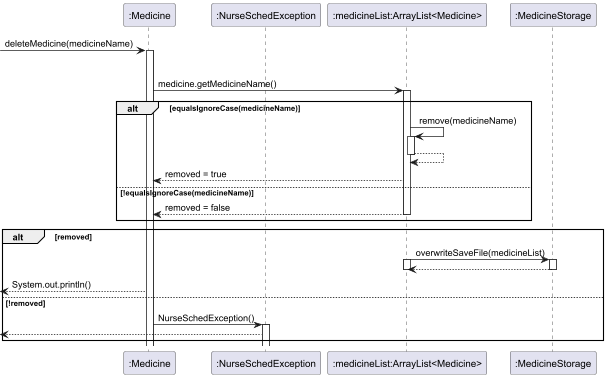
Earlier version of the PlantUML export docs/assets/medicineImages/DeleteMedicineSequenceDiagram.png (AY2425S2-CS2113-T11b-3/tp). Source of this version:
```plantuml
@startuml

participant ":Medicine" as Medicine
participant ":NurseSchedException" as NurseSchedException
participant ":medicineList:ArrayList<Medicine>" as medicineList
participant ":MedicineStorage" as medicineStorage

[-> Medicine: deleteMedicine(medicineName)
activate Medicine

loop for all medicine in medicineList
Medicine -> medicineList: medicine.getMedicineName()
activate medicineList
alt equalsIgnoreCase(medicineName)
medicineList -> medicineList : remove(medicineName)
activate medicineList
medicineList --> medicineList
deactivate medicineList
medicineList --> Medicine: removed = true
else !equalsIgnoreCase(medicineName)
medicineList --> Medicine: removed = false
deactivate medicineList
end

alt removed
medicineList -> medicineStorage : overwriteSaveFile(medicineList)
activate medicineList
activate medicineStorage
medicineStorage --> medicineList
deactivate medicineStorage
deactivate medicineList
Medicine -->[ : System.out.println()

else !removed

Medicine -> NurseSchedException : NurseSchedException()
activate NurseSchedException
NurseSchedException -->[
end

@enduml
```
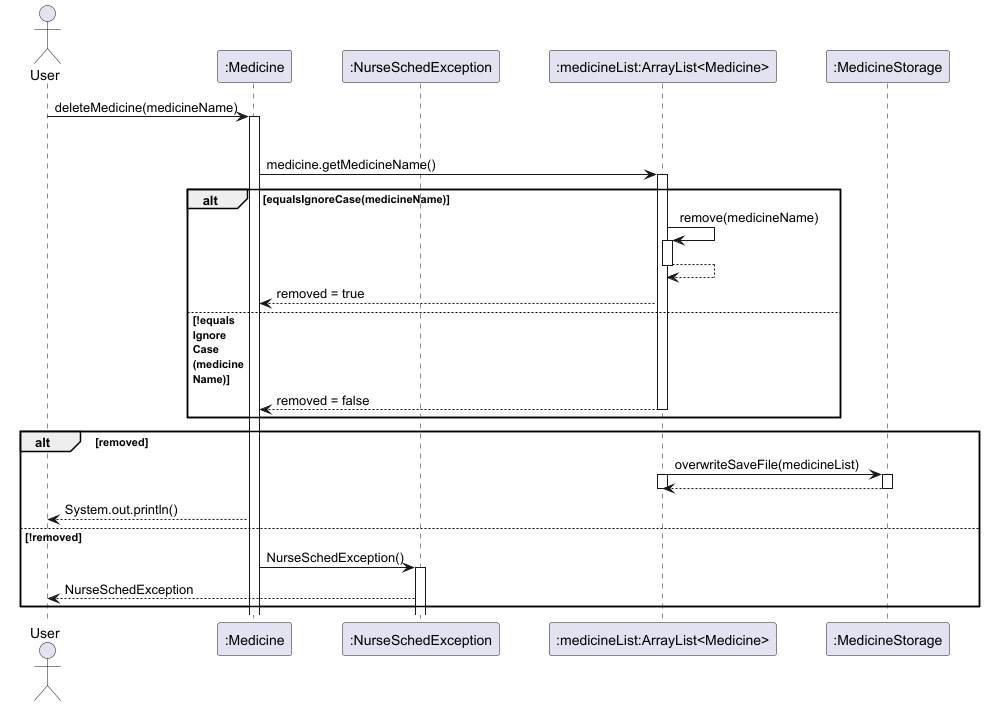
Later version of the same file.

Commit message:
Update medicine sequence diagrams

What changed in the source:
```diff
@@ -1,11 +1,13 @@
 @startuml
+skinparam ParticipantPadding 20
 
+Actor User
 participant ":Medicine" as Medicine
 participant ":NurseSchedException" as NurseSchedException
 participant ":medicineList:ArrayList<Medicine>" as medicineList
 participant ":MedicineStorage" as medicineStorage
 
-[-> Medicine: deleteMedicine(medicineName)
+User-> Medicine: deleteMedicine(medicineName)
 activate Medicine
 
 loop for all medicine in medicineList
@@ -17,7 +19,7 @@
 medicineList --> medicineList
 deactivate medicineList
 medicineList --> Medicine: removed = true
-else !equalsIgnoreCase(medicineName)
+else !equals\nIgnore\nCase\n(medicine\nName)
 medicineList --> Medicine: removed = false
 deactivate medicineList
 end
@@ -29,13 +31,13 @@
 medicineStorage --> medicineList
 deactivate medicineStorage
 deactivate medicineList
-Medicine -->[ : System.out.println()
+Medicine --> User : System.out.println()
 
 else !removed
 
 Medicine -> NurseSchedException : NurseSchedException()
 activate NurseSchedException
-NurseSchedException -->[
+NurseSchedException --> User : NurseSchedException
 end
 
 @enduml
```
